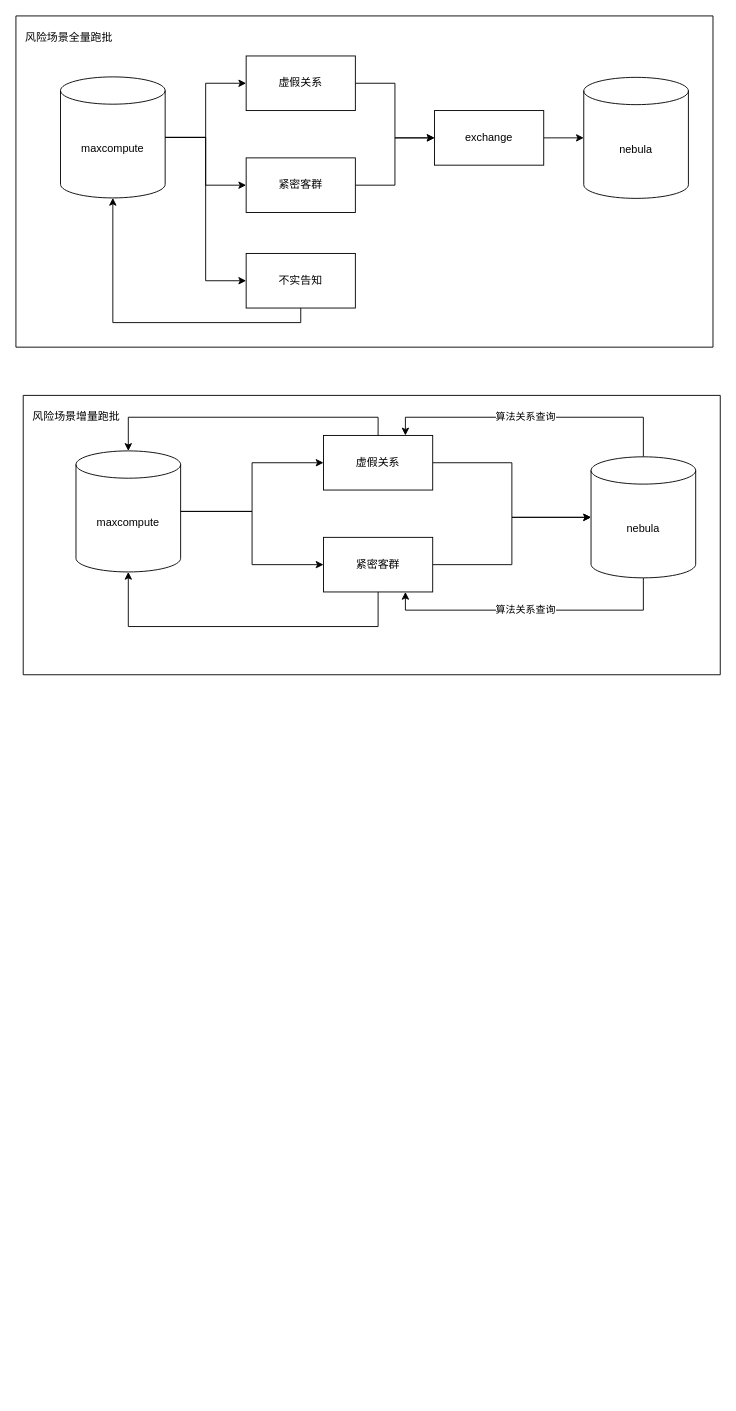
Before: page "Page-2" (2 of 4) of 友邦/友邦事中数据流.drawio in XiaoLiuAI/diagrams, a draw.io diagram. Source tidied: cells renumbered, new cells numbered last; positions are measured from the earlier drawing's top-left corner, leaving out a move shared by most shapes. Both pictures are drawn from the tidied source at 91%, with x=0, y=0 at pixel (15, 15).
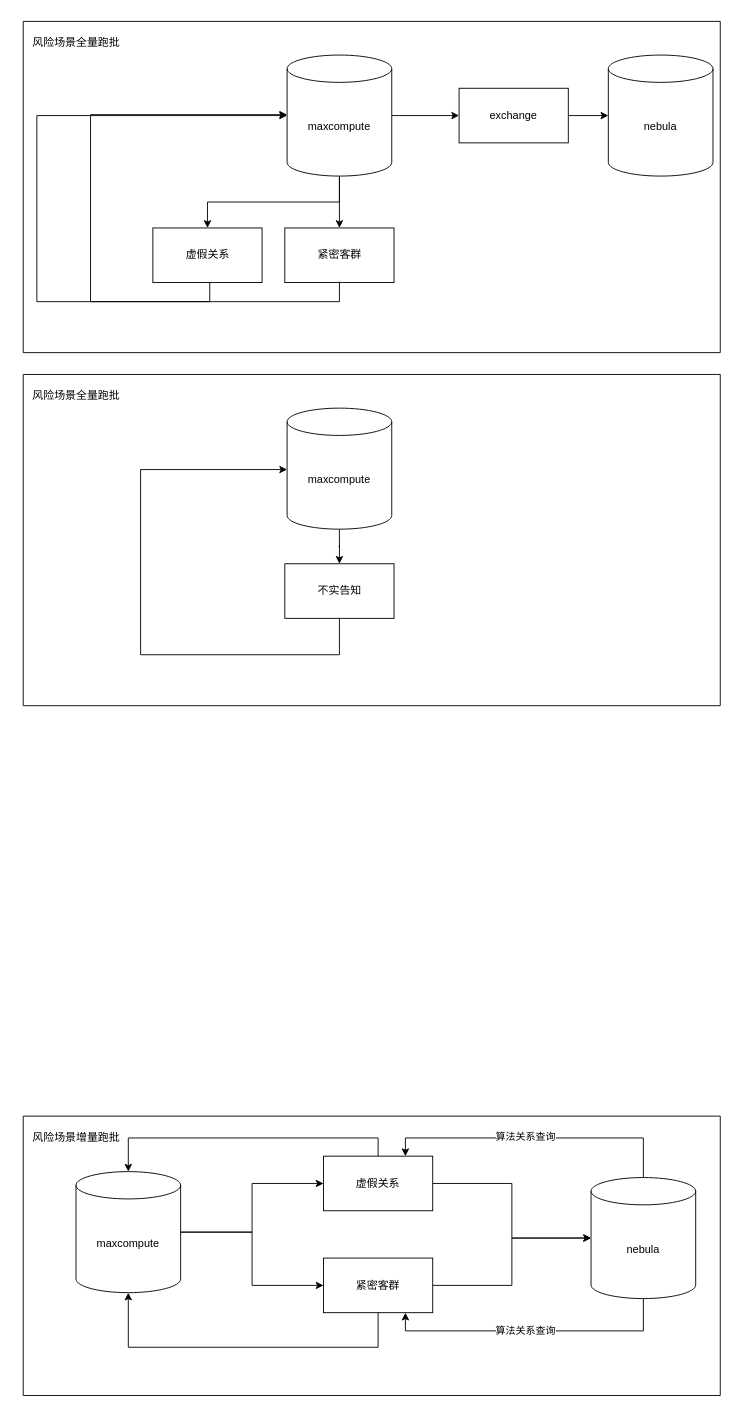
The same page after the edit.

The edit, as a diff of the source:
```diff
@@
     <mxCell id="2" style="swimlane;startSize=0;" parent="1" vertex="1">
-      <mxGeometry width="766" height="364" as="geometry" />
+      <mxGeometry x="8" y="6" width="766" height="364" as="geometry" />
     </mxCell>
@@
-    <mxCell id="4" style="edgeStyle=orthogonalEdgeStyle;rounded=0;jettySize=auto;html=1;exitX=1;exitY=0.5;exitDx=0;exitDy=0;exitPerimeter=0;" parent="2" edge="1" source="6" target="8">
-      <mxGeometry relative="1" as="geometry" />
-    </mxCell>
-    <mxCell id="5" style="edgeStyle=orthogonalEdgeStyle;rounded=0;jettySize=auto;html=1;entryX=0;entryY=0.5;entryDx=0;entryDy=0;" parent="2" edge="1" source="6" target="15">
-      <mxGeometry relative="1" as="geometry" />
-    </mxCell>
-    <mxCell id="6" value="maxcompute" style="shape=cylinder3;whiteSpace=wrap;html=1;boundedLbl=1;backgroundOutline=1;size=15;" parent="2" vertex="1">
-      <mxGeometry x="49" y="67" width="115" height="133" as="geometry" />
-    </mxCell>
-    <mxCell id="7" style="edgeStyle=orthogonalEdgeStyle;rounded=0;jettySize=auto;html=1;exitX=1;exitY=0.5;exitDx=0;exitDy=0;entryX=0;entryY=0.5;entryDx=0;entryDy=0;" parent="2" edge="1" source="8" target="13">
-      <mxGeometry relative="1" as="geometry" />
-    </mxCell>
     <mxCell id="8" value="虚假关系" style="rounded=0;whiteSpace=wrap;html=1;" parent="2" vertex="1">
-      <mxGeometry x="253" y="44" width="120" height="60" as="geometry" />
+      <mxGeometry x="142.5" y="227" width="120" height="60" as="geometry" />
     </mxCell>
-    <mxCell id="9" style="edgeStyle=orthogonalEdgeStyle;rounded=0;jettySize=auto;html=1;" parent="2" edge="1" source="10" target="13">
-      <mxGeometry relative="1" as="geometry" />
-    </mxCell>
     <mxCell id="10" value="紧密客群" style="rounded=0;whiteSpace=wrap;html=1;" parent="2" vertex="1">
-      <mxGeometry x="253" y="156" width="120" height="60" as="geometry" />
+      <mxGeometry x="287.5" y="227" width="120" height="60" as="geometry" />
     </mxCell>
-    <mxCell id="11" style="edgeStyle=orthogonalEdgeStyle;rounded=0;jettySize=auto;html=1;exitX=1;exitY=0.5;exitDx=0;exitDy=0;exitPerimeter=0;entryX=0;entryY=0.5;entryDx=0;entryDy=0;" parent="2" edge="1" source="6" target="10">
-      <mxGeometry relative="1" as="geometry" />
-    </mxCell>
@@
     <mxCell id="13" value="exchange" style="rounded=0;whiteSpace=wrap;html=1;" parent="2" vertex="1">
-      <mxGeometry x="460" y="104" width="120" height="60" as="geometry" />
+      <mxGeometry x="479" y="73.5" width="120" height="60" as="geometry" />
     </mxCell>
     <mxCell id="14" value="nebula" style="shape=cylinder3;whiteSpace=wrap;html=1;boundedLbl=1;backgroundOutline=1;size=15;" parent="2" vertex="1">
-      <mxGeometry x="624" y="67.5" width="115" height="133" as="geometry" />
+      <mxGeometry x="643" y="37" width="115" height="133" as="geometry" />
     </mxCell>
-    <mxCell id="15" value="不实告知" style="whiteSpace=wrap;html=1;" parent="2" vertex="1">
-      <mxGeometry x="253" y="261" width="120" height="60" as="geometry" />
-    </mxCell>
-    <mxCell id="16" style="edgeStyle=orthogonalEdgeStyle;rounded=0;jettySize=auto;html=1;entryX=0.5;entryY=1;entryDx=0;entryDy=0;entryPerimeter=0;" parent="2" edge="1" source="15" target="6">
-      <mxGeometry relative="1" as="geometry">
-        <Array as="points">
-          <mxPoint x="313" y="337" />
-          <mxPoint x="107" y="337" />
-        </Array>
-      </mxGeometry>
-    </mxCell>
+    <mxCell id="33" style="edgeStyle=orthogonalEdgeStyle;rounded=0;jettySize=auto;html=1;exitX=0.5;exitY=1;exitDx=0;exitDy=0;exitPerimeter=0;entryX=0.5;entryY=0;entryDx=0;entryDy=0;" parent="2" edge="1" source="36" target="8">
+      <mxGeometry relative="1" as="geometry" />
+    </mxCell>
+    <mxCell id="34" style="edgeStyle=orthogonalEdgeStyle;rounded=0;jettySize=auto;html=1;exitX=0.5;exitY=1;exitDx=0;exitDy=0;exitPerimeter=0;" parent="2" edge="1" source="36" target="10">
+      <mxGeometry relative="1" as="geometry" />
+    </mxCell>
+    <mxCell id="35" style="edgeStyle=orthogonalEdgeStyle;rounded=0;jettySize=auto;html=1;exitX=1;exitY=0.5;exitDx=0;exitDy=0;exitPerimeter=0;entryX=0;entryY=0.5;entryDx=0;entryDy=0;" parent="2" edge="1" source="36" target="13">
+      <mxGeometry relative="1" as="geometry" />
+    </mxCell>
+    <mxCell id="36" value="maxcompute" style="shape=cylinder3;whiteSpace=wrap;html=1;boundedLbl=1;backgroundOutline=1;size=15;" parent="2" vertex="1">
+      <mxGeometry x="290" y="37" width="115" height="133" as="geometry" />
+    </mxCell>
+    <mxCell id="37" style="edgeStyle=orthogonalEdgeStyle;rounded=0;jettySize=auto;html=1;exitX=0.5;exitY=1;exitDx=0;exitDy=0;entryX=0;entryY=0.5;entryDx=0;entryDy=0;entryPerimeter=0;" parent="2" edge="1" source="8" target="36">
+      <mxGeometry relative="1" as="geometry">
+        <Array as="points">
+          <mxPoint x="205" y="308" />
+          <mxPoint x="15" y="308" />
+          <mxPoint x="15" y="104" />
+        </Array>
+      </mxGeometry>
+    </mxCell>
+    <mxCell id="38" style="edgeStyle=orthogonalEdgeStyle;rounded=0;orthogonalLoop=1;jettySize=auto;html=1;exitX=0.5;exitY=1;exitDx=0;exitDy=0;entryX=0;entryY=0.5;entryDx=0;entryDy=0;entryPerimeter=0;" parent="2" edge="1">
+      <mxGeometry relative="1" as="geometry">
+        <mxPoint x="347.5" y="286" as="sourcePoint" />
+        <mxPoint x="290" y="102.5" as="targetPoint" />
+        <Array as="points">
+          <mxPoint x="348" y="308" />
+          <mxPoint x="74" y="308" />
+          <mxPoint x="74" y="103" />
+        </Array>
+      </mxGeometry>
+    </mxCell>
     <mxCell id="17" style="swimlane;startSize=0;" parent="1" vertex="1">
-      <mxGeometry x="8" y="417" width="766" height="307" as="geometry" />
+      <mxGeometry x="8" y="1209" width="766" height="307" as="geometry" />
     </mxCell>
@@
+    <mxCell id="39" style="swimlane;startSize=0;" parent="1" vertex="1">
+      <mxGeometry x="8" y="394" width="766" height="364" as="geometry" />
+    </mxCell>
+    <mxCell id="40" value="风险场景全量跑批" style="text;html=1;align=center;verticalAlign=middle;strokeColor=none;fillColor=none;" parent="39" vertex="1">
+      <mxGeometry x="1" y="11" width="114" height="26" as="geometry" />
+    </mxCell>
+    <mxCell id="15" value="不实告知" style="whiteSpace=wrap;html=1;" parent="39" vertex="1">
+      <mxGeometry x="287.5" y="208" width="120" height="60" as="geometry" />
+    </mxCell>
+    <mxCell id="41" style="edgeStyle=orthogonalEdgeStyle;rounded=0;jettySize=auto;html=1;exitX=0.5;exitY=1;exitDx=0;exitDy=0;exitPerimeter=0;" parent="39" edge="1" source="42" target="15">
+      <mxGeometry relative="1" as="geometry" />
+    </mxCell>
+    <mxCell id="42" value="maxcompute" style="shape=cylinder3;whiteSpace=wrap;html=1;boundedLbl=1;backgroundOutline=1;size=15;" parent="39" vertex="1">
+      <mxGeometry x="290" y="37" width="115" height="133" as="geometry" />
+    </mxCell>
+    <mxCell id="43" style="edgeStyle=orthogonalEdgeStyle;rounded=0;jettySize=auto;html=1;exitX=0.5;exitY=1;exitDx=0;exitDy=0;entryX=0;entryY=0.5;entryDx=0;entryDy=0;entryPerimeter=0;" parent="39" edge="1" source="15">
+      <mxGeometry relative="1" as="geometry">
+        <mxPoint x="290" y="104.5" as="targetPoint" />
+        <Array as="points">
+          <mxPoint x="348" y="308" />
+          <mxPoint x="129" y="308" />
+          <mxPoint x="129" y="105" />
+        </Array>
+      </mxGeometry>
+    </mxCell>
```
